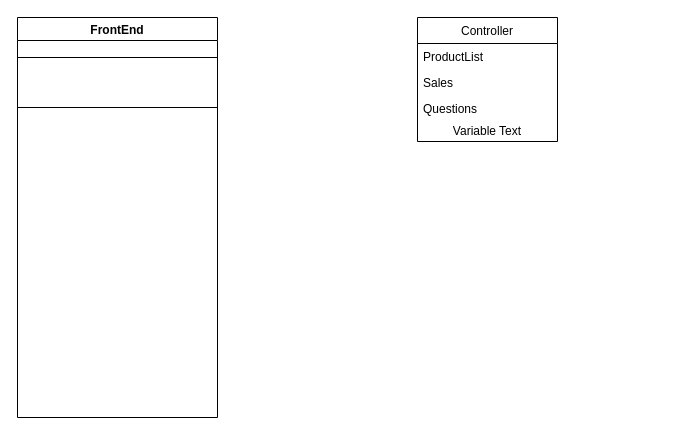
Before: page "Page-1" (1 of 2) of Untitled Diagram.drawio in Chino976/go-meli-integration, a draw.io diagram. Source tidied: cells renumbered, new cells numbered last; positions are measured from the earlier drawing's top-left corner, leaving out a move shared by most shapes. Both pictures are drawn from the tidied source at 100%, with x=0, y=0 at pixel (17, 17).
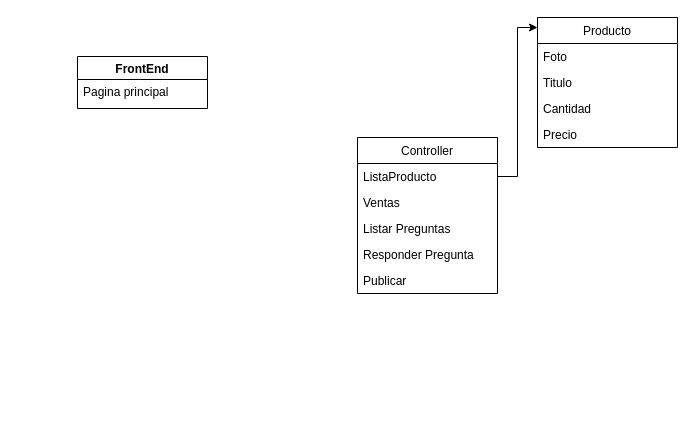
The same diagram, later.

What changed in the source:
```diff
@@
 <mxGraphModel>
   <root>
     <mxCell id="0" />
     <mxCell id="1" parent="0" />
     <mxCell id="2" value="FrontEnd" style="swimlane;" parent="1" vertex="1">
-      <mxGeometry width="200" height="400" as="geometry" />
+      <mxGeometry x="60" y="39" width="130" height="52" as="geometry" />
     </mxCell>
-    <mxCell id="3" style="whiteSpace=wrap;html=1;" parent="2" vertex="1">
-      <mxGeometry y="40" width="200" height="50" as="geometry" />
-    </mxCell>
+    <mxCell id="9" value="Pagina principal" style="text;strokeColor=none;fillColor=none;align=left;verticalAlign=top;spacingLeft=4;spacingRight=4;overflow=hidden;" parent="2" vertex="1">
+      <mxGeometry y="22" width="130" height="28" as="geometry" />
+    </mxCell>
+    <mxCell id="10" style="edgeStyle=orthogonalEdgeStyle;rounded=0;jettySize=auto;html=1;exitX=1;exitY=0.5;exitDx=0;exitDy=0;entryX=0;entryY=0.077;entryDx=0;entryDy=0;entryPerimeter=0;" parent="1" edge="1" source="5" target="11">
+      <mxGeometry relative="1" as="geometry" />
+    </mxCell>
+    <mxCell id="11" value="Producto" style="swimlane;fontStyle=0;horizontal=1;startSize=26;fillColor=none;" parent="1" vertex="1">
+      <mxGeometry x="520" width="140" height="130" as="geometry" />
+    </mxCell>
+    <mxCell id="12" value="Foto" style="text;strokeColor=none;fillColor=none;align=left;verticalAlign=top;spacingLeft=4;spacingRight=4;overflow=hidden;" parent="11" vertex="1">
+      <mxGeometry y="26" width="140" height="26" as="geometry" />
+    </mxCell>
+    <mxCell id="13" value="Titulo" style="text;strokeColor=none;fillColor=none;align=left;verticalAlign=top;spacingLeft=4;spacingRight=4;overflow=hidden;" parent="11" vertex="1">
+      <mxGeometry y="52" width="140" height="26" as="geometry" />
+    </mxCell>
+    <mxCell id="14" value="Cantidad" style="text;strokeColor=none;fillColor=none;align=left;verticalAlign=top;spacingLeft=4;spacingRight=4;overflow=hidden;" parent="11" vertex="1">
+      <mxGeometry y="78" width="140" height="26" as="geometry" />
+    </mxCell>
+    <mxCell id="15" value="Precio" style="text;strokeColor=none;fillColor=none;align=left;verticalAlign=top;spacingLeft=4;spacingRight=4;overflow=hidden;" parent="11" vertex="1">
+      <mxGeometry y="104" width="140" height="26" as="geometry" />
+    </mxCell>
     <mxCell id="4" value="Controller" style="swimlane;fontStyle=0;horizontal=1;startSize=26;" parent="1" vertex="1">
-      <mxGeometry x="400" width="140" height="124" as="geometry" />
+      <mxGeometry x="340" y="120" width="140" height="156" as="geometry" />
     </mxCell>
-    <mxCell id="5" value="ProductList" style="text;strokeColor=none;fillColor=none;align=left;verticalAlign=top;spacingLeft=4;spacingRight=4;overflow=hidden;points=[[0,0.5],[1,0.5]];portConstraint=eastwest;" parent="4" vertex="1">
+    <mxCell id="5" value="ListaProducto" style="text;strokeColor=none;fillColor=none;align=left;verticalAlign=top;spacingLeft=4;spacingRight=4;overflow=hidden;points=[[0,0.5],[1,0.5]];portConstraint=eastwest;" parent="4" vertex="1">
       <mxGeometry y="26" width="140" height="26" as="geometry" />
     </mxCell>
-    <mxCell id="6" value="Sales" style="text;strokeColor=none;fillColor=none;align=left;verticalAlign=top;spacingLeft=4;spacingRight=4;overflow=hidden;" parent="4" vertex="1">
+    <mxCell id="6" value="Ventas" style="text;strokeColor=none;fillColor=none;align=left;verticalAlign=top;spacingLeft=4;spacingRight=4;overflow=hidden;" parent="4" vertex="1">
       <mxGeometry y="52" width="140" height="26" as="geometry" />
     </mxCell>
-    <mxCell id="7" value="Questions" style="text;strokeColor=none;fillColor=none;align=left;verticalAlign=top;spacingLeft=4;spacingRight=4;overflow=hidden;" parent="4" vertex="1">
-      <mxGeometry y="78" width="140" height="26" as="geometry" />
-    </mxCell>
-    <object id="8" label="%name% Text" name="Variable" placeholders="1">
-      <mxCell style="text;html=1;strokeColor=none;fillColor=none;align=center;verticalAlign=middle;whiteSpace=wrap;overflow=hidden;" parent="4" vertex="1">
-        <mxGeometry y="104" width="140" height="20" as="geometry" />
-      </mxCell>
-    </object>
+    <mxCell id="16" value="Listar Preguntas" style="text;strokeColor=none;fillColor=none;align=left;verticalAlign=top;spacingLeft=4;spacingRight=4;overflow=hidden;" parent="4" vertex="1">
+      <mxGeometry y="78" width="140" height="26" as="geometry" />
+    </mxCell>
+    <mxCell id="17" value="Responder Pregunta" style="text;strokeColor=none;fillColor=none;align=left;verticalAlign=top;spacingLeft=4;spacingRight=4;overflow=hidden;" parent="4" vertex="1">
+      <mxGeometry y="104" width="140" height="26" as="geometry" />
+    </mxCell>
+    <mxCell id="18" value="Publicar" style="text;strokeColor=none;fillColor=none;align=left;verticalAlign=top;spacingLeft=4;spacingRight=4;overflow=hidden;" parent="4" vertex="1">
+      <mxGeometry y="130" width="140" height="26" as="geometry" />
+    </mxCell>
   </root>
 </mxGraphModel>
```
